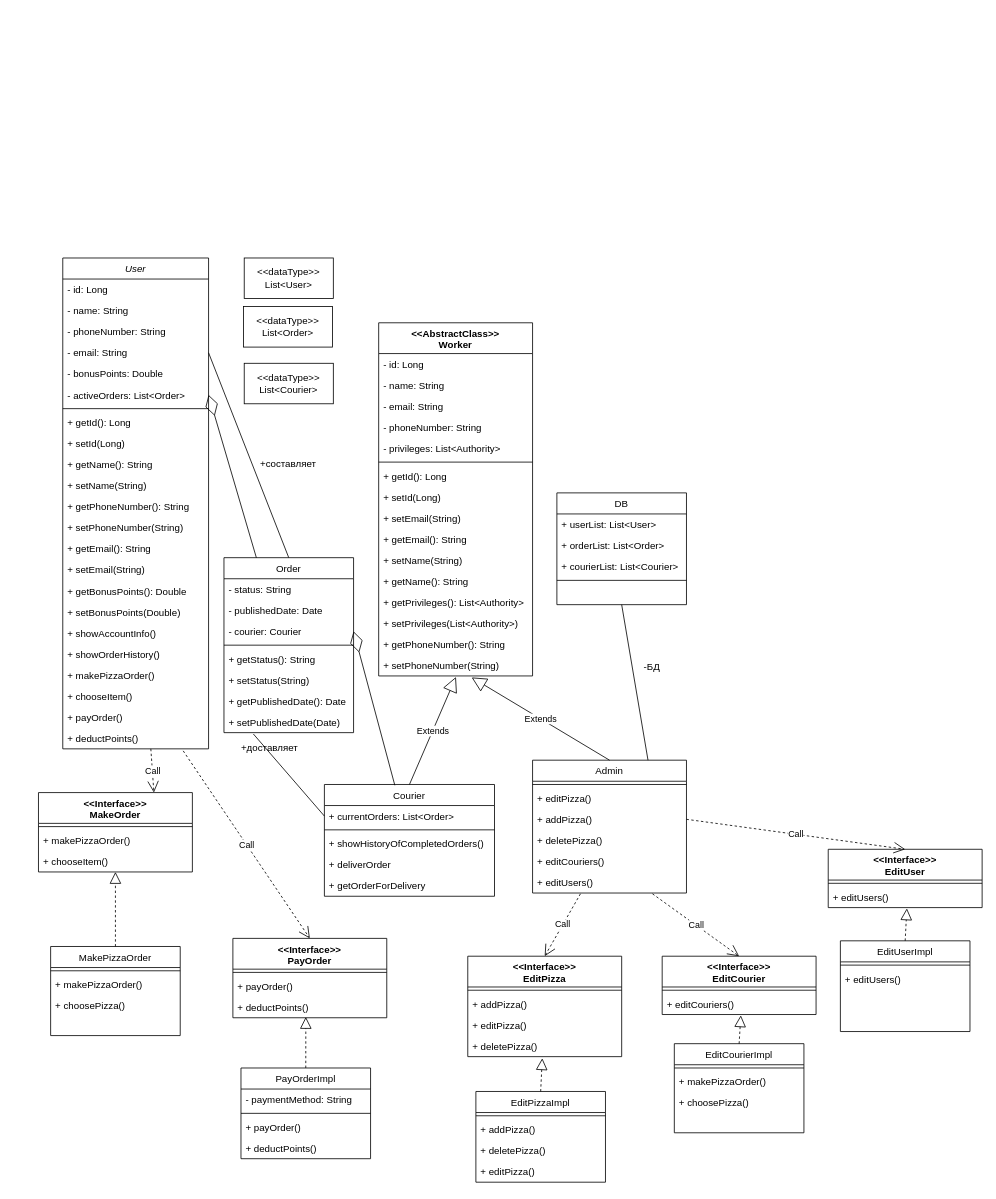
hard-gainer/UML keeps this draw.io diagram as ДиаграммаКлассов.drawio. Above is the earlier version. Source tidied: cells renumbered, new cells numbered last; positions are measured from the earlier drawing's top-left corner, leaving out a move shared by most shapes. Both pictures are drawn from the tidied source at 81%, with x=0, y=0 at pixel (38, 258).
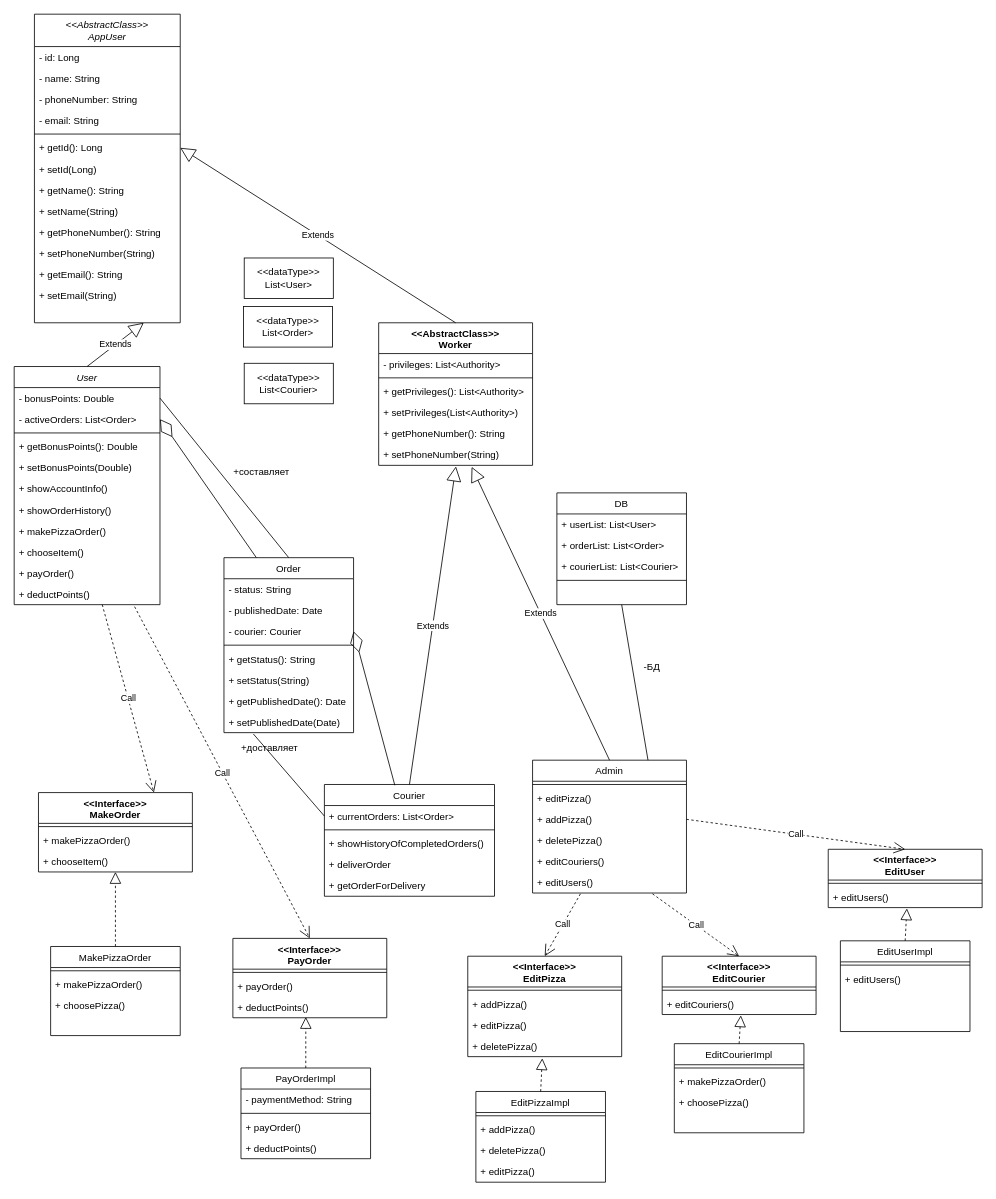
After the change.

Unchanged cells that the change refers to:
```xml
<mxCell id="31" value="Order" style="swimlane;fontStyle=0;align=center;verticalAlign=top;horizontal=1;startSize=26;rounded=0;shadow=0;strokeWidth=1;" parent="1" vertex="1">
  <mxGeometry x="229" y="370" width="160" height="216" as="geometry" />
</mxCell>
```

Diff of the diagram source:
```diff
@@
     <mxCell id="2" value="User" style="swimlane;fontStyle=2;align=center;verticalAlign=top;horizontal=1;startSize=26;rounded=0;shadow=0;strokeWidth=1;" parent="1" vertex="1">
-      <mxGeometry x="30" width="180" height="606" as="geometry" />
+      <mxGeometry x="-30" y="134" width="180" height="294" as="geometry" />
     </mxCell>
-    <mxCell id="3" value="- id: Long" style="text;align=left;verticalAlign=top;spacingLeft=4;spacingRight=4;overflow=hidden;" parent="2" vertex="1">
-      <mxGeometry y="26" width="180" height="26" as="geometry" />
-    </mxCell>
-    <mxCell id="4" value="- name: String" style="text;align=left;verticalAlign=top;spacingLeft=4;spacingRight=4;overflow=hidden;" parent="2" vertex="1">
-      <mxGeometry y="52" width="180" height="26" as="geometry" />
-    </mxCell>
-    <mxCell id="5" value="- phoneNumber: String" style="text;align=left;verticalAlign=top;spacingLeft=4;spacingRight=4;overflow=hidden;rounded=0;shadow=0;html=0;" parent="2" vertex="1">
-      <mxGeometry y="78" width="180" height="26" as="geometry" />
-    </mxCell>
-    <mxCell id="6" value="- email: String" style="text;align=left;verticalAlign=top;spacingLeft=4;spacingRight=4;overflow=hidden;points=[[0,0.5],[1,0.5]];portConstraint=eastwest;rounded=0;shadow=0;html=0;" parent="2" vertex="1">
-      <mxGeometry y="104" width="180" height="26" as="geometry" />
-    </mxCell>
     <mxCell id="7" value="- bonusPoints: Double" style="text;align=left;verticalAlign=top;spacingLeft=4;spacingRight=4;overflow=hidden;points=[[0,0.5],[1,0.5]];portConstraint=eastwest;rounded=0;shadow=0;html=0;" parent="2" vertex="1">
-      <mxGeometry y="130" width="180" height="26" as="geometry" />
+      <mxGeometry y="26" width="180" height="26" as="geometry" />
     </mxCell>
     <mxCell id="8" value="- activeOrders: List&lt;Order&gt;" style="text;align=left;verticalAlign=top;spacingLeft=4;spacingRight=4;overflow=hidden;points=[[0,0.5],[1,0.5]];portConstraint=eastwest;rounded=0;shadow=0;html=0;" parent="2" vertex="1">
-      <mxGeometry y="156" width="180" height="26" as="geometry" />
+      <mxGeometry y="52" width="180" height="26" as="geometry" />
     </mxCell>
     <mxCell id="9" style="line;html=1;strokeWidth=1;align=left;verticalAlign=middle;spacingTop=-1;spacingLeft=3;spacingRight=3;labelPosition=right;" parent="2" vertex="1">
-      <mxGeometry y="182" width="180" height="8" as="geometry" />
+      <mxGeometry y="78" width="180" height="8" as="geometry" />
     </mxCell>
-    <mxCell id="10" value="+ getId(): Long" style="text;align=left;verticalAlign=top;spacingLeft=4;spacingRight=4;overflow=hidden;" parent="2" vertex="1">
-      <mxGeometry y="190" width="180" height="26" as="geometry" />
-    </mxCell>
-    <mxCell id="11" value="+ setId(Long)" style="text;align=left;verticalAlign=top;spacingLeft=4;spacingRight=4;overflow=hidden;" parent="2" vertex="1">
-      <mxGeometry y="216" width="180" height="26" as="geometry" />
-    </mxCell>
-    <mxCell id="12" value="+ getName(): String" style="text;align=left;verticalAlign=top;spacingLeft=4;spacingRight=4;overflow=hidden;" parent="2" vertex="1">
-      <mxGeometry y="242" width="180" height="26" as="geometry" />
-    </mxCell>
-    <mxCell id="13" value="+ setName(String)" style="text;align=left;verticalAlign=top;spacingLeft=4;spacingRight=4;overflow=hidden;" parent="2" vertex="1">
-      <mxGeometry y="268" width="180" height="26" as="geometry" />
-    </mxCell>
-    <mxCell id="14" value="+ getPhoneNumber(): String" style="text;align=left;verticalAlign=top;spacingLeft=4;spacingRight=4;overflow=hidden;" parent="2" vertex="1">
-      <mxGeometry y="294" width="180" height="26" as="geometry" />
-    </mxCell>
-    <mxCell id="15" value="+ setPhoneNumber(String)" style="text;align=left;verticalAlign=top;spacingLeft=4;spacingRight=4;overflow=hidden;" parent="2" vertex="1">
-      <mxGeometry y="320" width="180" height="26" as="geometry" />
-    </mxCell>
-    <mxCell id="16" value="+ getEmail(): String" style="text;align=left;verticalAlign=top;spacingLeft=4;spacingRight=4;overflow=hidden;" parent="2" vertex="1">
-      <mxGeometry y="346" width="180" height="26" as="geometry" />
-    </mxCell>
-    <mxCell id="17" value="+ setEmail(String)" style="text;align=left;verticalAlign=top;spacingLeft=4;spacingRight=4;overflow=hidden;" parent="2" vertex="1">
-      <mxGeometry y="372" width="180" height="26" as="geometry" />
-    </mxCell>
     <mxCell id="18" value="+ getBonusPoints(): Double" style="text;align=left;verticalAlign=top;spacingLeft=4;spacingRight=4;overflow=hidden;" parent="2" vertex="1">
-      <mxGeometry y="398" width="180" height="26" as="geometry" />
+      <mxGeometry y="86" width="180" height="26" as="geometry" />
     </mxCell>
     <mxCell id="19" value="+ setBonusPoints(Double)" style="text;align=left;verticalAlign=top;spacingLeft=4;spacingRight=4;overflow=hidden;" parent="2" vertex="1">
-      <mxGeometry y="424" width="180" height="26" as="geometry" />
+      <mxGeometry y="112" width="180" height="26" as="geometry" />
     </mxCell>
     <mxCell id="20" value="+ showAccountInfo()" style="text;align=left;verticalAlign=top;spacingLeft=4;spacingRight=4;overflow=hidden;" parent="2" vertex="1">
-      <mxGeometry y="450" width="180" height="26" as="geometry" />
+      <mxGeometry y="138" width="180" height="26" as="geometry" />
     </mxCell>
     <mxCell id="21" value="+ showOrderHistory()" style="text;align=left;verticalAlign=top;spacingLeft=4;spacingRight=4;overflow=hidden;" parent="2" vertex="1">
-      <mxGeometry y="476" width="180" height="26" as="geometry" />
+      <mxGeometry y="164" width="180" height="26" as="geometry" />
     </mxCell>
     <mxCell id="22" value="+ makePizzaOrder()" style="text;align=left;verticalAlign=top;spacingLeft=4;spacingRight=4;overflow=hidden;" parent="2" vertex="1">
-      <mxGeometry y="502" width="180" height="26" as="geometry" />
+      <mxGeometry y="190" width="180" height="26" as="geometry" />
     </mxCell>
     <mxCell id="23" value="+ chooseItem()" style="text;align=left;verticalAlign=top;spacingLeft=4;spacingRight=4;overflow=hidden;" parent="2" vertex="1">
-      <mxGeometry y="528" width="180" height="26" as="geometry" />
+      <mxGeometry y="216" width="180" height="26" as="geometry" />
     </mxCell>
     <mxCell id="24" value="+ payOrder()" style="text;align=left;verticalAlign=top;spacingLeft=4;spacingRight=4;overflow=hidden;" parent="2" vertex="1">
-      <mxGeometry y="554" width="180" height="26" as="geometry" />
+      <mxGeometry y="242" width="180" height="26" as="geometry" />
     </mxCell>
     <mxCell id="25" value="+ deductPoints()" style="text;align=left;verticalAlign=top;spacingLeft=4;spacingRight=4;overflow=hidden;points=[[0,0.5],[1,0.5]];portConstraint=eastwest;" parent="2" vertex="1">
-      <mxGeometry y="580" width="180" height="26" as="geometry" />
+      <mxGeometry y="268" width="180" height="26" as="geometry" />
     </mxCell>
@@
     <mxCell id="42" value="&lt;div&gt;&amp;lt;&amp;lt;AbstractClass&amp;gt;&amp;gt;&lt;/div&gt;&lt;div&gt;Worker&lt;/div&gt;" style="swimlane;fontStyle=1;align=center;verticalAlign=top;horizontal=1;startSize=38;whiteSpace=wrap;html=1;" parent="1" vertex="1">
-      <mxGeometry x="420" y="80" width="190" height="436" as="geometry" />
+      <mxGeometry x="420" y="80" width="190" height="176" as="geometry" />
     </mxCell>
-    <mxCell id="43" value="- id: Long" style="text;align=left;verticalAlign=top;spacingLeft=4;spacingRight=4;overflow=hidden;" parent="42" vertex="1">
-      <mxGeometry y="38" width="190" height="26" as="geometry" />
-    </mxCell>
-    <mxCell id="44" value="- name: String" style="text;align=left;verticalAlign=top;spacingLeft=4;spacingRight=4;overflow=hidden;" parent="42" vertex="1">
-      <mxGeometry y="64" width="190" height="26" as="geometry" />
-    </mxCell>
-    <mxCell id="45" value="- email: String" style="text;align=left;verticalAlign=top;spacingLeft=4;spacingRight=4;overflow=hidden;rounded=0;shadow=0;html=0;" parent="42" vertex="1">
-      <mxGeometry y="90" width="190" height="26" as="geometry" />
-    </mxCell>
-    <mxCell id="46" value="- phoneNumber: String" style="text;align=left;verticalAlign=top;spacingLeft=4;spacingRight=4;overflow=hidden;rounded=0;shadow=0;html=0;" parent="42" vertex="1">
-      <mxGeometry y="116" width="190" height="26" as="geometry" />
-    </mxCell>
     <mxCell id="47" value="- privileges: List&lt;Authority&gt;" style="text;align=left;verticalAlign=top;spacingLeft=4;spacingRight=4;overflow=hidden;" parent="42" vertex="1">
-      <mxGeometry y="142" width="190" height="26" as="geometry" />
+      <mxGeometry y="38" width="190" height="26" as="geometry" />
     </mxCell>
     <mxCell id="48" style="line;strokeWidth=1;fillColor=none;align=left;verticalAlign=middle;spacingTop=-1;spacingLeft=3;spacingRight=3;labelPosition=right;strokeColor=inherit;" parent="42" vertex="1">
-      <mxGeometry y="168" width="190" height="8" as="geometry" />
+      <mxGeometry y="64" width="190" height="8" as="geometry" />
     </mxCell>
-    <mxCell id="49" value="+ getId(): Long" style="text;align=left;verticalAlign=top;spacingLeft=4;spacingRight=4;overflow=hidden;" parent="42" vertex="1">
-      <mxGeometry y="176" width="190" height="26" as="geometry" />
-    </mxCell>
-    <mxCell id="50" value="+ setId(Long)" style="text;align=left;verticalAlign=top;spacingLeft=4;spacingRight=4;overflow=hidden;" parent="42" vertex="1">
-      <mxGeometry y="202" width="190" height="26" as="geometry" />
-    </mxCell>
-    <mxCell id="51" value="+ setEmail(String)" style="text;align=left;verticalAlign=top;spacingLeft=4;spacingRight=4;overflow=hidden;" parent="42" vertex="1">
-      <mxGeometry y="228" width="190" height="26" as="geometry" />
-    </mxCell>
-    <mxCell id="52" value="+ getEmail(): String" style="text;align=left;verticalAlign=top;spacingLeft=4;spacingRight=4;overflow=hidden;" parent="42" vertex="1">
-      <mxGeometry y="254" width="190" height="26" as="geometry" />
-    </mxCell>
-    <mxCell id="53" value="+ setName(String)" style="text;align=left;verticalAlign=top;spacingLeft=4;spacingRight=4;overflow=hidden;" parent="42" vertex="1">
-      <mxGeometry y="280" width="190" height="26" as="geometry" />
-    </mxCell>
-    <mxCell id="54" value="+ getName(): String" style="text;align=left;verticalAlign=top;spacingLeft=4;spacingRight=4;overflow=hidden;" parent="42" vertex="1">
-      <mxGeometry y="306" width="190" height="26" as="geometry" />
-    </mxCell>
     <mxCell id="55" value="+ getPrivileges(): List&lt;Authority&gt;" style="text;align=left;verticalAlign=top;spacingLeft=4;spacingRight=4;overflow=hidden;" parent="42" vertex="1">
-      <mxGeometry y="332" width="190" height="26" as="geometry" />
+      <mxGeometry y="72" width="190" height="26" as="geometry" />
     </mxCell>
     <mxCell id="56" value="+ setPrivileges(List&lt;Authority&gt;)" style="text;align=left;verticalAlign=top;spacingLeft=4;spacingRight=4;overflow=hidden;" parent="42" vertex="1">
-      <mxGeometry y="358" width="190" height="26" as="geometry" />
+      <mxGeometry y="98" width="190" height="26" as="geometry" />
     </mxCell>
     <mxCell id="57" value="+ getPhoneNumber(): String" style="text;align=left;verticalAlign=top;spacingLeft=4;spacingRight=4;overflow=hidden;" parent="42" vertex="1">
-      <mxGeometry y="384" width="190" height="26" as="geometry" />
+      <mxGeometry y="124" width="190" height="26" as="geometry" />
     </mxCell>
     <mxCell id="58" value="+ setPhoneNumber(String)" style="text;align=left;verticalAlign=top;spacingLeft=4;spacingRight=4;overflow=hidden;points=[[0,0.5],[1,0.5]];portConstraint=eastwest;" parent="42" vertex="1">
-      <mxGeometry y="410" width="190" height="26" as="geometry" />
+      <mxGeometry y="150" width="190" height="26" as="geometry" />
     </mxCell>
@@
-    <mxCell id="94" style="endArrow=none;html=1;rounded=0;exitX=0.5;exitY=0;exitDx=0;exitDy=0;entryX=1;entryY=0.5;entryDx=0;entryDy=0;" parent="1" edge="1" source="31" target="6">
+    <mxCell id="94" style="endArrow=none;html=1;rounded=0;exitX=0.5;exitY=0;exitDx=0;exitDy=0;entryX=1;entryY=0.5;entryDx=0;entryDy=0;" parent="1" edge="1" source="31" target="7">
       <mxGeometry relative="1" as="geometry" />
     </mxCell>
     <mxCell id="95" value="+cоставляет" style="text;html=1;align=center;verticalAlign=middle;strokeColor=none;fillColor=none;" parent="1" vertex="1">
-      <mxGeometry x="263" y="240" width="90" height="30" as="geometry" />
+      <mxGeometry x="230" y="250" width="90" height="30" as="geometry" />
     </mxCell>
@@
+    <mxCell id="133" value="&lt;&lt;AbstractClass&gt;&gt;&#10;AppUser" style="swimlane;fontStyle=2;align=center;verticalAlign=top;horizontal=1;startSize=40;rounded=0;shadow=0;strokeWidth=1;" parent="1" vertex="1">
+      <mxGeometry x="-5" y="-301" width="180" height="381" as="geometry" />
+    </mxCell>
+    <mxCell id="134" value="- id: Long" style="text;align=left;verticalAlign=top;spacingLeft=4;spacingRight=4;overflow=hidden;" parent="133" vertex="1">
+      <mxGeometry y="40" width="180" height="26" as="geometry" />
+    </mxCell>
+    <mxCell id="135" value="- name: String" style="text;align=left;verticalAlign=top;spacingLeft=4;spacingRight=4;overflow=hidden;" parent="133" vertex="1">
+      <mxGeometry y="66" width="180" height="26" as="geometry" />
+    </mxCell>
+    <mxCell id="136" value="- phoneNumber: String" style="text;align=left;verticalAlign=top;spacingLeft=4;spacingRight=4;overflow=hidden;rounded=0;shadow=0;html=0;" parent="133" vertex="1">
+      <mxGeometry y="92" width="180" height="26" as="geometry" />
+    </mxCell>
+    <mxCell id="137" value="- email: String" style="text;align=left;verticalAlign=top;spacingLeft=4;spacingRight=4;overflow=hidden;rounded=0;shadow=0;html=0;" parent="133" vertex="1">
+      <mxGeometry y="118" width="180" height="26" as="geometry" />
+    </mxCell>
+    <mxCell id="138" style="line;html=1;strokeWidth=1;align=left;verticalAlign=middle;spacingTop=-1;spacingLeft=3;spacingRight=3;labelPosition=right;" parent="133" vertex="1">
+      <mxGeometry y="144" width="180" height="8" as="geometry" />
+    </mxCell>
+    <mxCell id="139" value="+ getId(): Long" style="text;align=left;verticalAlign=top;spacingLeft=4;spacingRight=4;overflow=hidden;points=[[0,0.5],[1,0.5]];portConstraint=eastwest;" parent="133" vertex="1">
+      <mxGeometry y="152" width="180" height="26" as="geometry" />
+    </mxCell>
+    <mxCell id="140" value="+ setId(Long)" style="text;align=left;verticalAlign=top;spacingLeft=4;spacingRight=4;overflow=hidden;" parent="133" vertex="1">
+      <mxGeometry y="178" width="180" height="26" as="geometry" />
+    </mxCell>
+    <mxCell id="141" value="+ getName(): String" style="text;align=left;verticalAlign=top;spacingLeft=4;spacingRight=4;overflow=hidden;" parent="133" vertex="1">
+      <mxGeometry y="204" width="180" height="26" as="geometry" />
+    </mxCell>
+    <mxCell id="142" value="+ setName(String)" style="text;align=left;verticalAlign=top;spacingLeft=4;spacingRight=4;overflow=hidden;" parent="133" vertex="1">
+      <mxGeometry y="230" width="180" height="26" as="geometry" />
+    </mxCell>
+    <mxCell id="14" value="+ getPhoneNumber(): String" style="text;align=left;verticalAlign=top;spacingLeft=4;spacingRight=4;overflow=hidden;" parent="133" vertex="1">
+      <mxGeometry y="256" width="180" height="26" as="geometry" />
+    </mxCell>
+    <mxCell id="15" value="+ setPhoneNumber(String)" style="text;align=left;verticalAlign=top;spacingLeft=4;spacingRight=4;overflow=hidden;" parent="133" vertex="1">
+      <mxGeometry y="282" width="180" height="26" as="geometry" />
+    </mxCell>
+    <mxCell id="143" value="+ getEmail(): String" style="text;align=left;verticalAlign=top;spacingLeft=4;spacingRight=4;overflow=hidden;" parent="133" vertex="1">
+      <mxGeometry y="308" width="180" height="26" as="geometry" />
+    </mxCell>
+    <mxCell id="144" value="+ setEmail(String)" style="text;align=left;verticalAlign=top;spacingLeft=4;spacingRight=4;overflow=hidden;" parent="133" vertex="1">
+      <mxGeometry y="334" width="180" height="26" as="geometry" />
+    </mxCell>
+    <mxCell id="145" value="Extends" style="endArrow=block;endSize=16;endFill=0;html=1;rounded=0;exitX=0.5;exitY=0;exitDx=0;exitDy=0;entryX=1;entryY=0.5;entryDx=0;entryDy=0;" parent="1" edge="1" source="42" target="139">
+      <mxGeometry relative="1" as="geometry" />
+    </mxCell>
+    <mxCell id="146" value="Extends" style="endArrow=block;endSize=16;endFill=0;html=1;rounded=0;exitX=0.5;exitY=0;exitDx=0;exitDy=0;entryX=0.75;entryY=1;entryDx=0;entryDy=0;" parent="1" edge="1" source="2" target="133">
+      <mxGeometry relative="1" as="geometry" />
+    </mxCell>
```
